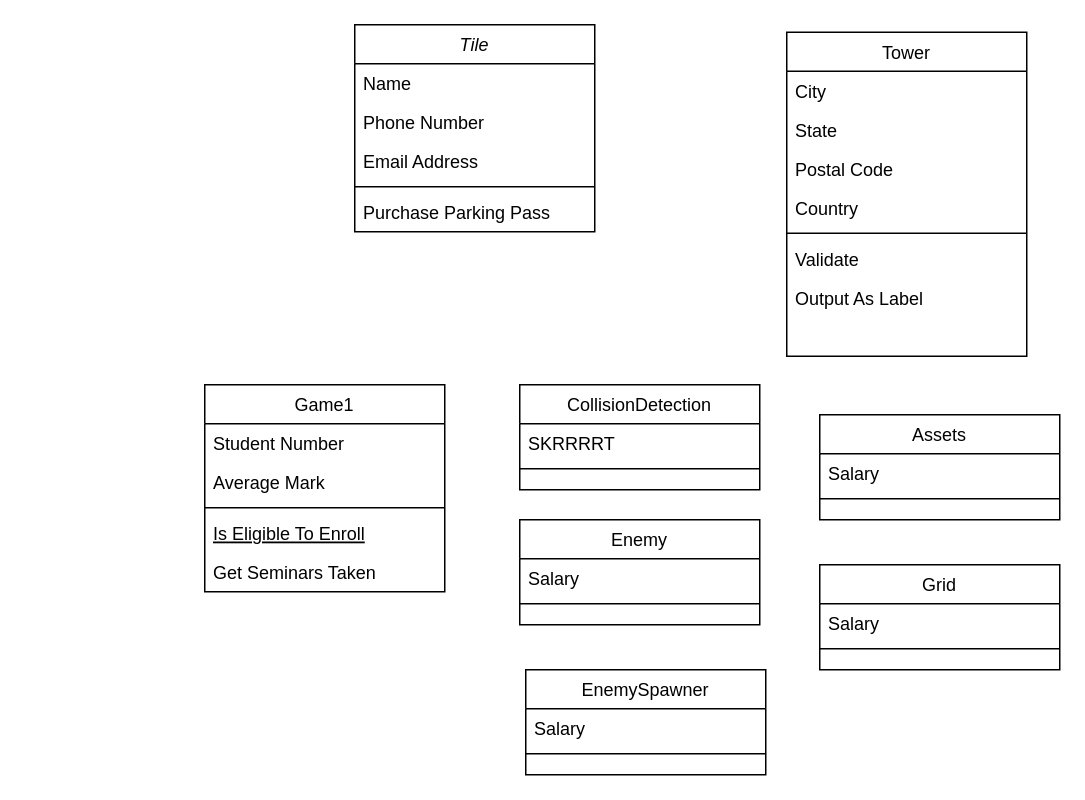
This is Untitled Diagram.drawio from TureLindblad/Grupp5Game, a draw.io file, before an edit. Source tidied: cells renumbered, new cells numbered last; positions are measured from the earlier drawing's top-left corner, leaving out a move shared by most shapes. Both pictures are drawn from the tidied source at 150%, with x=0, y=0 at pixel (204, 24).
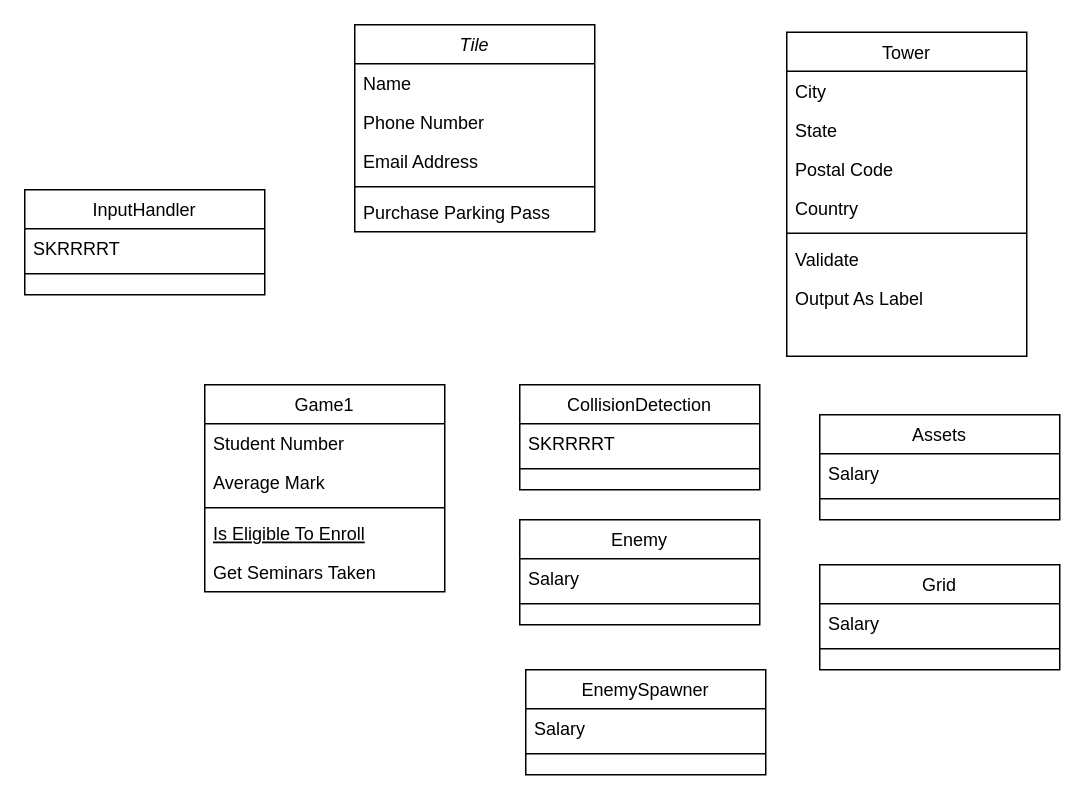
The same page after the edit.

Change to the diagram source:
```diff
@@
+    <mxCell id="37" value="InputHandler&#10;" style="swimlane;fontStyle=0;align=center;verticalAlign=top;horizontal=1;startSize=26;rounded=0;shadow=0;strokeWidth=1;" parent="1" vertex="1">
+      <mxGeometry x="-120" y="110" width="160" height="70" as="geometry" />
+    </mxCell>
+    <mxCell id="38" value="SKRRRRT" style="text;align=left;verticalAlign=top;spacingLeft=4;spacingRight=4;overflow=hidden;" parent="37" vertex="1">
+      <mxGeometry y="26" width="160" height="26" as="geometry" />
+    </mxCell>
+    <mxCell id="39" style="line;html=1;strokeWidth=1;align=left;verticalAlign=middle;spacingTop=-1;spacingLeft=3;spacingRight=3;labelPosition=right;" parent="37" vertex="1">
+      <mxGeometry y="52" width="160" height="8" as="geometry" />
+    </mxCell>
```
